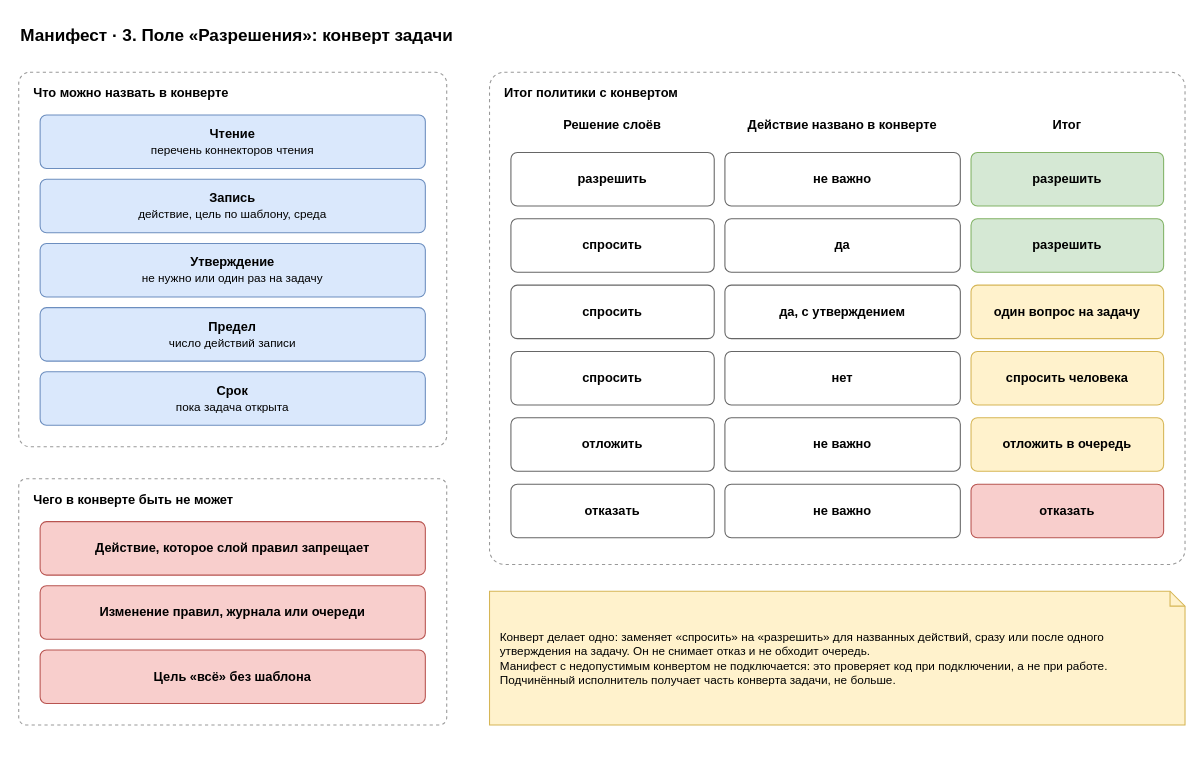
roygkov/reins keeps this draw.io diagram as page "3. Конверт разрешений" (3 of 7) of docs/spec/harness-manifest.drawio. Above is the earlier version. Source tidied: cells renumbered, new cells numbered last; positions are measured from the earlier drawing's top-left corner, leaving out a move shared by most shapes. Both pictures are drawn from the tidied source at 107%, with x=0, y=0 at pixel (18, 18).
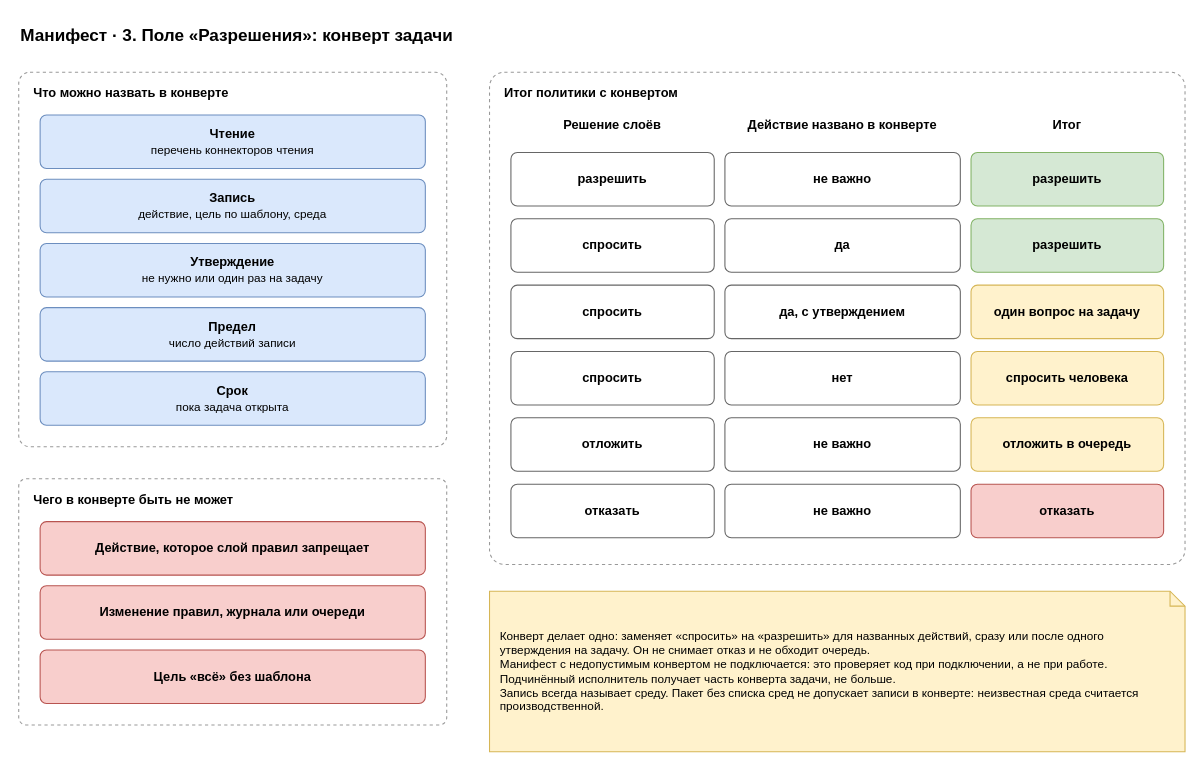
The same page after the edit.

What changed in the source:
```diff
@@
-    <mxCell id="35" value="Конверт делает одно: заменяет «спросить» на «разрешить» для названных действий, сразу или после одного утверждения на задачу. Он не снимает отказ и не обходит очередь.&lt;br&gt;Манифест с недопустимым конвертом не подключается: это проверяет код при подключении, а не при работе.&lt;br&gt;Подчинённый исполнитель получает часть конверта задачи, не больше." style="shape=note;whiteSpace=wrap;html=1;backgroundOutline=1;size=14;fillColor=#fff2cc;strokeColor=#d6b656;align=left;spacingLeft=8;spacingRight=8;fontSize=11;" parent="1" vertex="1">
-      <mxGeometry x="440" y="535" width="650" height="125" as="geometry" />
+    <mxCell id="35" value="Конверт делает одно: заменяет «спросить» на «разрешить» для названных действий, сразу или после одного утверждения на задачу. Он не снимает отказ и не обходит очередь.&lt;br&gt;Манифест с недопустимым конвертом не подключается: это проверяет код при подключении, а не при работе.&lt;br&gt;Подчинённый исполнитель получает часть конверта задачи, не больше.&lt;br&gt;Запись всегда называет среду. Пакет без списка сред не допускает записи в конверте: неизвестная среда считается производственной." style="shape=note;whiteSpace=wrap;html=1;backgroundOutline=1;size=14;fillColor=#fff2cc;strokeColor=#d6b656;align=left;spacingLeft=8;spacingRight=8;fontSize=11;" parent="1" vertex="1">
+      <mxGeometry x="440" y="535" width="650" height="150" as="geometry" />
     </mxCell>
```
